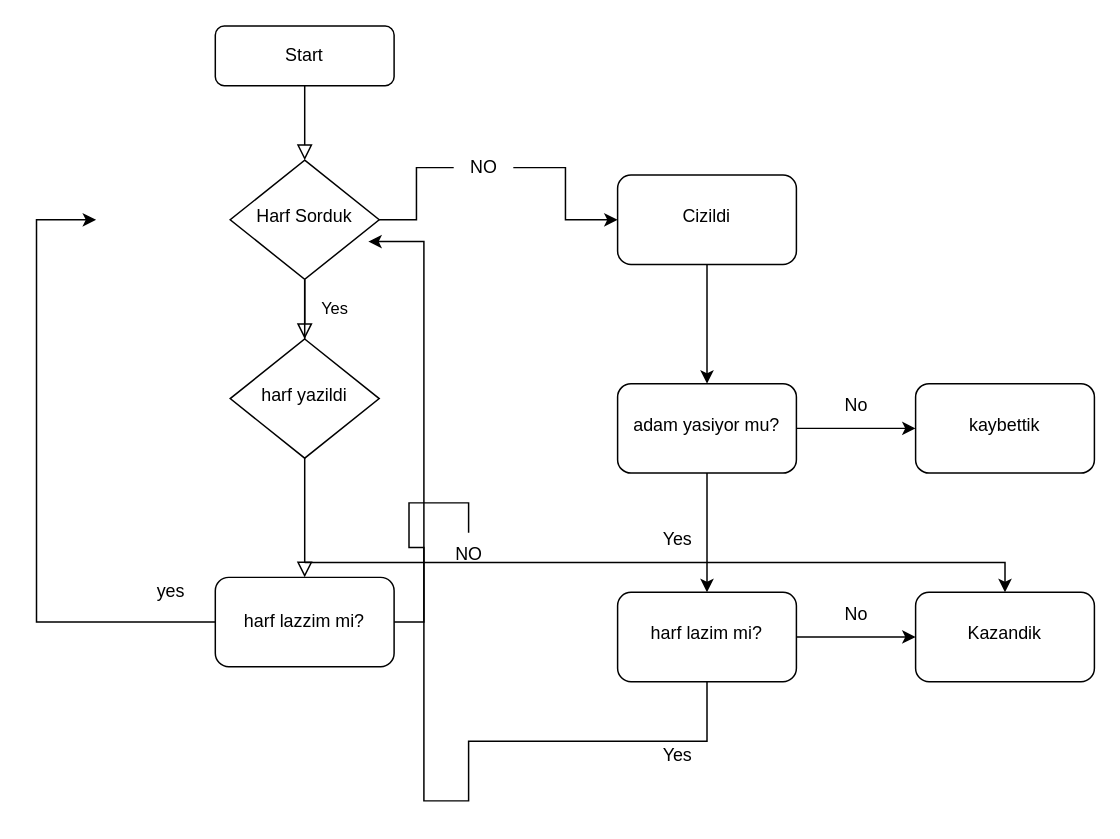
Above: Day007/Untitled Diagram.drawio in JohnQ1981/AdvancedPython (draw.io), before the change. Source tidied: cells renumbered, new cells numbered last; positions are measured from the earlier drawing's top-left corner, leaving out a move shared by most shapes. Both pictures are drawn from the tidied source at 149%, with x=0, y=0 at pixel (36, 25).
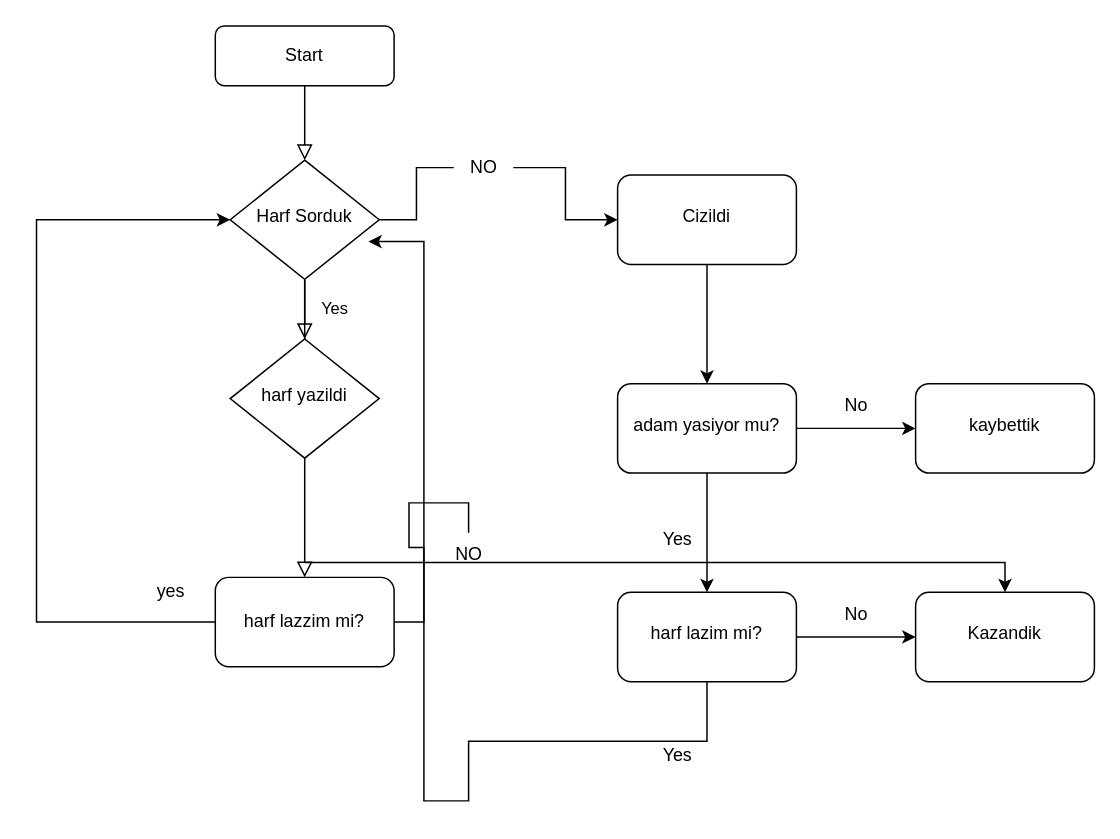
The same page after the edit.

Unchanged cells that the change refers to:
```xml
<mxCell id="7" value="Harf Sorduk" style="rhombus;whiteSpace=wrap;html=1;shadow=0;fontFamily=Helvetica;fontSize=12;align=center;strokeWidth=1;spacing=6;spacingTop=-4;" parent="1" vertex="1">
  <mxGeometry x="130" y="90" width="100" height="80" as="geometry" />
</mxCell>
<mxCell id="24" value="harf lazzim mi?" style="rounded=1;whiteSpace=wrap;html=1;" parent="1" vertex="1">
  <mxGeometry x="120" y="370" width="120" height="60" as="geometry" />
</mxCell>
```

The edit, as a diff of the source:
```diff
@@
-    <mxCell id="23" style="edgeStyle=orthogonalEdgeStyle;rounded=0;jettySize=auto;html=1;" parent="1" edge="1" source="24">
+    <mxCell id="23" style="edgeStyle=orthogonalEdgeStyle;rounded=0;jettySize=auto;html=1;entryX=0;entryY=0.5;entryDx=0;entryDy=0;" parent="1" edge="1" source="24" target="7">
       <mxGeometry relative="1" as="geometry">
-        <mxPoint x="40" y="130" as="targetPoint" />
         <Array as="points">
           <mxPoint y="400" />
           <mxPoint y="130" />
         </Array>
       </mxGeometry>
     </mxCell>
```
